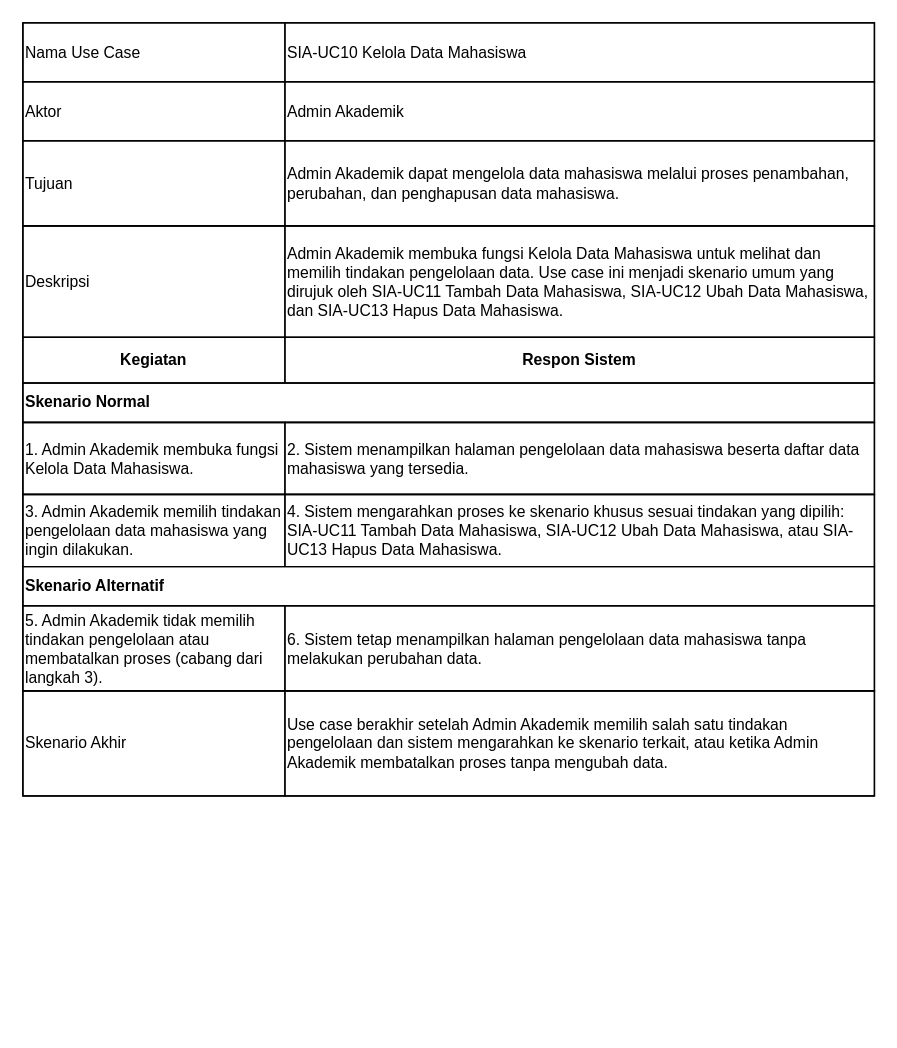
Earlier version of the draw.io diagram page "SIA-UC10" (4 of 7) of 04_model_analisis/P05/SIA/P05_2406016_SIA_skenario_v01.drawio (eqy13/IFRWP5149_2406016_LabAlat). Source tidied: cells renumbered, new cells numbered last; positions are measured from the earlier drawing's top-left corner, leaving out a move shared by most shapes. Both pictures are drawn from the tidied source at 131%, with x=0, y=0 at pixel (22, 22).
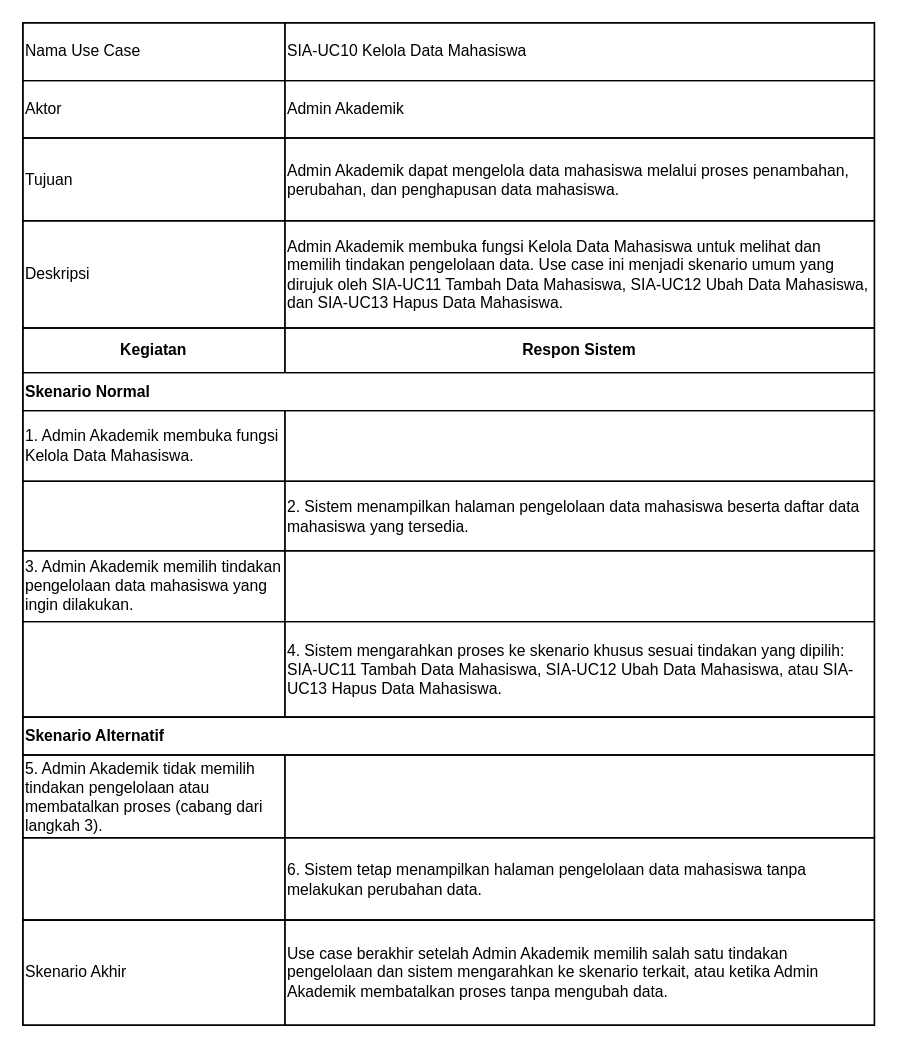
The same page after the edit.

Diff of the diagram source:
```diff
@@
     <mxCell id="2" style="shape=table;startSize=0;childLayout=tableLayout;fixedHeader=1;tableRender=collapsed;fillColor=none;strokeColor=#000000;" parent="1" vertex="1">
-      <mxGeometry width="650" height="590" as="geometry" />
+      <mxGeometry width="650" height="765" as="geometry" />
     </mxCell>
     <mxCell id="3" style="shape=tableRow;horizontal=0;startSize=0;" parent="2" vertex="1">
-      <mxGeometry width="650" height="45" as="geometry" />
+      <mxGeometry width="650" height="44" as="geometry" />
     </mxCell>
     <mxCell id="4" value="Nama Use Case" style="shape=partialRectangle;html=1;whiteSpace=wrap;align=left;verticalAlign=middle;fillColor=none;strokeColor=#000000;" parent="3" vertex="1">
-      <mxGeometry width="200" height="45" as="geometry" />
+      <mxGeometry width="200" height="44" as="geometry" />
     </mxCell>
     <mxCell id="5" value="SIA-UC10 Kelola Data Mahasiswa" style="shape=partialRectangle;html=1;whiteSpace=wrap;align=left;verticalAlign=middle;fillColor=none;strokeColor=#000000;" parent="3" vertex="1">
-      <mxGeometry x="200" width="450" height="45" as="geometry" />
+      <mxGeometry x="200" width="450" height="44" as="geometry" />
     </mxCell>
     <mxCell id="6" style="shape=tableRow;horizontal=0;startSize=0;" parent="2" vertex="1">
-      <mxGeometry y="45" width="650" height="45" as="geometry" />
+      <mxGeometry y="44" width="650" height="44" as="geometry" />
     </mxCell>
     <mxCell id="7" value="Aktor" style="shape=partialRectangle;html=1;whiteSpace=wrap;align=left;verticalAlign=middle;fillColor=none;strokeColor=#000000;" parent="6" vertex="1">
-      <mxGeometry width="200" height="45" as="geometry" />
+      <mxGeometry width="200" height="44" as="geometry" />
     </mxCell>
     <mxCell id="8" value="Admin Akademik" style="shape=partialRectangle;html=1;whiteSpace=wrap;align=left;verticalAlign=middle;fillColor=none;strokeColor=#000000;" parent="6" vertex="1">
-      <mxGeometry x="200" width="450" height="45" as="geometry" />
+      <mxGeometry x="200" width="450" height="44" as="geometry" />
     </mxCell>
     <mxCell id="9" style="shape=tableRow;horizontal=0;startSize=0;" parent="2" vertex="1">
-      <mxGeometry y="90" width="650" height="65" as="geometry" />
+      <mxGeometry y="88" width="650" height="63" as="geometry" />
     </mxCell>
     <mxCell id="10" value="Tujuan" style="shape=partialRectangle;html=1;whiteSpace=wrap;align=left;verticalAlign=middle;fillColor=none;strokeColor=#000000;" parent="9" vertex="1">
-      <mxGeometry width="200" height="65" as="geometry" />
+      <mxGeometry width="200" height="63" as="geometry" />
     </mxCell>
     <mxCell id="11" value="Admin Akademik dapat mengelola data mahasiswa melalui proses penambahan, perubahan, dan penghapusan data mahasiswa." style="shape=partialRectangle;html=1;whiteSpace=wrap;align=left;verticalAlign=middle;fillColor=none;strokeColor=#000000;" parent="9" vertex="1">
-      <mxGeometry x="200" width="450" height="65" as="geometry" />
+      <mxGeometry x="200" width="450" height="63" as="geometry" />
     </mxCell>
     <mxCell id="12" style="shape=tableRow;horizontal=0;startSize=0;" parent="2" vertex="1">
-      <mxGeometry y="155" width="650" height="85" as="geometry" />
+      <mxGeometry y="151" width="650" height="82" as="geometry" />
     </mxCell>
     <mxCell id="13" value="Deskripsi" style="shape=partialRectangle;html=1;whiteSpace=wrap;align=left;verticalAlign=middle;fillColor=none;strokeColor=#000000;" parent="12" vertex="1">
-      <mxGeometry width="200" height="85" as="geometry" />
+      <mxGeometry width="200" height="82" as="geometry" />
     </mxCell>
     <mxCell id="14" value="Admin Akademik membuka fungsi Kelola Data Mahasiswa untuk melihat dan memilih tindakan pengelolaan data. Use case ini menjadi skenario umum yang dirujuk oleh SIA-UC11 Tambah Data Mahasiswa, SIA-UC12 Ubah Data Mahasiswa, dan SIA-UC13 Hapus Data Mahasiswa." style="shape=partialRectangle;html=1;whiteSpace=wrap;align=left;verticalAlign=middle;fillColor=none;strokeColor=#000000;" parent="12" vertex="1">
-      <mxGeometry x="200" width="450" height="85" as="geometry" />
+      <mxGeometry x="200" width="450" height="82" as="geometry" />
     </mxCell>
     <mxCell id="15" style="shape=tableRow;horizontal=0;startSize=0;" parent="2" vertex="1">
-      <mxGeometry y="240" width="650" height="35" as="geometry" />
+      <mxGeometry y="233" width="650" height="34" as="geometry" />
     </mxCell>
     <mxCell id="16" value="Kegiatan" style="shape=partialRectangle;html=1;whiteSpace=wrap;align=center;verticalAlign=middle;fontStyle=1;fillColor=none;strokeColor=#000000;" parent="15" vertex="1">
-      <mxGeometry width="200" height="35" as="geometry" />
+      <mxGeometry width="200" height="34" as="geometry" />
     </mxCell>
     <mxCell id="17" value="Respon Sistem" style="shape=partialRectangle;html=1;whiteSpace=wrap;align=center;verticalAlign=middle;fontStyle=1;fillColor=none;strokeColor=#000000;" parent="15" vertex="1">
-      <mxGeometry x="200" width="450" height="35" as="geometry" />
+      <mxGeometry x="200" width="450" height="34" as="geometry" />
     </mxCell>
     <mxCell id="18" style="shape=tableRow;horizontal=0;startSize=0;" parent="2" vertex="1">
-      <mxGeometry y="275" width="650" height="30" as="geometry" />
+      <mxGeometry y="267" width="650" height="29" as="geometry" />
     </mxCell>
     <mxCell id="19" value="Skenario Normal" style="shape=partialRectangle;html=1;whiteSpace=wrap;align=left;verticalAlign=middle;fontStyle=1;fillColor=none;strokeColor=#000000;" parent="18" vertex="1">
-      <mxGeometry width="650" height="30" as="geometry" />
+      <mxGeometry width="650" height="29" as="geometry" />
     </mxCell>
     <mxCell id="20" style="shape=tableRow;horizontal=0;startSize=0;" parent="2" vertex="1">
-      <mxGeometry y="305" width="650" height="55" as="geometry" />
+      <mxGeometry y="296" width="650" height="54" as="geometry" />
     </mxCell>
-    <mxCell id="21" value="1. Admin Akademik membuka fungsi Kelola Data Mahasiswa." style="shape=partialRectangle;html=1;whiteSpace=wrap;align=left;verticalAlign=middle;fillColor=none;strokeColor=#000000;" parent="20" vertex="1">
-      <mxGeometry width="200" height="55" as="geometry" />
+    <mxCell id="21" value="1. Admin Akademik membuka fungsi Kelola Data Mahasiswa." style="shape=partialRectangle;html=1;whiteSpace=wrap;align=left;verticalAlign=middle;fillColor=none;strokeColor=#000000;strokeWidth=1;" parent="20" vertex="1">
+      <mxGeometry width="200" height="54" as="geometry" />
     </mxCell>
-    <mxCell id="22" value="2. Sistem menampilkan halaman pengelolaan data mahasiswa beserta daftar data mahasiswa yang tersedia." style="shape=partialRectangle;html=1;whiteSpace=wrap;align=left;verticalAlign=middle;fillColor=none;strokeColor=#000000;" parent="20" vertex="1">
-      <mxGeometry x="200" width="450" height="55" as="geometry" />
+    <mxCell id="22" style="shape=partialRectangle;html=1;whiteSpace=wrap;align=left;verticalAlign=middle;fillColor=none;strokeColor=#000000;strokeWidth=1;" parent="20" vertex="1">
+      <mxGeometry x="200" width="450" height="54" as="geometry" />
     </mxCell>
     <mxCell id="23" style="shape=tableRow;horizontal=0;startSize=0;" parent="2" vertex="1">
-      <mxGeometry y="360" width="650" height="55" as="geometry" />
+      <mxGeometry y="350" width="650" height="53" as="geometry" />
     </mxCell>
-    <mxCell id="24" value="3. Admin Akademik memilih tindakan pengelolaan data mahasiswa yang ingin dilakukan." style="shape=partialRectangle;html=1;whiteSpace=wrap;align=left;verticalAlign=middle;fillColor=none;strokeColor=#000000;" parent="23" vertex="1">
-      <mxGeometry width="200" height="55" as="geometry" />
+    <mxCell id="24" style="shape=partialRectangle;html=1;whiteSpace=wrap;align=left;verticalAlign=middle;fillColor=none;strokeColor=#000000;strokeWidth=1;" parent="23" vertex="1">
+      <mxGeometry width="200" height="53" as="geometry" />
     </mxCell>
-    <mxCell id="25" value="4. Sistem mengarahkan proses ke skenario khusus sesuai tindakan yang dipilih: SIA-UC11 Tambah Data Mahasiswa, SIA-UC12 Ubah Data Mahasiswa, atau SIA-UC13 Hapus Data Mahasiswa." style="shape=partialRectangle;html=1;whiteSpace=wrap;align=left;verticalAlign=middle;fillColor=none;strokeColor=#000000;" parent="23" vertex="1">
-      <mxGeometry x="200" width="450" height="55" as="geometry" />
+    <mxCell id="25" value="2. Sistem menampilkan halaman pengelolaan data mahasiswa beserta daftar data mahasiswa yang tersedia." style="shape=partialRectangle;html=1;whiteSpace=wrap;align=left;verticalAlign=middle;fillColor=none;strokeColor=#000000;strokeWidth=1;" parent="23" vertex="1">
+      <mxGeometry x="200" width="450" height="53" as="geometry" />
     </mxCell>
+    <mxCell id="34" style="shape=tableRow;horizontal=0;startSize=0;" parent="2" vertex="1">
+      <mxGeometry y="403" width="650" height="54" as="geometry" />
+    </mxCell>
+    <mxCell id="35" value="3. Admin Akademik memilih tindakan pengelolaan data mahasiswa yang ingin dilakukan." style="shape=partialRectangle;html=1;whiteSpace=wrap;align=left;verticalAlign=middle;fillColor=none;strokeColor=#000000;strokeWidth=1;" parent="34" vertex="1">
+      <mxGeometry width="200" height="54" as="geometry" />
+    </mxCell>
+    <mxCell id="36" style="shape=partialRectangle;html=1;whiteSpace=wrap;align=left;verticalAlign=middle;fillColor=none;strokeColor=#000000;strokeWidth=1;" parent="34" vertex="1">
+      <mxGeometry x="200" width="450" height="54" as="geometry" />
+    </mxCell>
+    <mxCell id="37" style="shape=tableRow;horizontal=0;startSize=0;" parent="2" vertex="1">
+      <mxGeometry y="457" width="650" height="73" as="geometry" />
+    </mxCell>
+    <mxCell id="38" style="shape=partialRectangle;html=1;whiteSpace=wrap;align=left;verticalAlign=middle;fillColor=none;strokeColor=#000000;strokeWidth=1;" parent="37" vertex="1">
+      <mxGeometry width="200" height="73" as="geometry" />
+    </mxCell>
+    <mxCell id="39" value="4. Sistem mengarahkan proses ke skenario khusus sesuai tindakan yang dipilih: SIA-UC11 Tambah Data Mahasiswa, SIA-UC12 Ubah Data Mahasiswa, atau SIA-UC13 Hapus Data Mahasiswa." style="shape=partialRectangle;html=1;whiteSpace=wrap;align=left;verticalAlign=middle;fillColor=none;strokeColor=#000000;strokeWidth=1;" parent="37" vertex="1">
+      <mxGeometry x="200" width="450" height="73" as="geometry" />
+    </mxCell>
     <mxCell id="26" style="shape=tableRow;horizontal=0;startSize=0;" parent="2" vertex="1">
-      <mxGeometry y="415" width="650" height="30" as="geometry" />
+      <mxGeometry y="530" width="650" height="29" as="geometry" />
     </mxCell>
     <mxCell id="27" value="Skenario Alternatif" style="shape=partialRectangle;html=1;whiteSpace=wrap;align=left;verticalAlign=middle;fontStyle=1;fillColor=none;strokeColor=#000000;" parent="26" vertex="1">
-      <mxGeometry width="650" height="30" as="geometry" />
+      <mxGeometry width="650" height="29" as="geometry" />
     </mxCell>
     <mxCell id="28" style="shape=tableRow;horizontal=0;startSize=0;" parent="2" vertex="1">
-      <mxGeometry y="445" width="650" height="65" as="geometry" />
+      <mxGeometry y="559" width="650" height="63" as="geometry" />
     </mxCell>
-    <mxCell id="29" value="5. Admin Akademik tidak memilih tindakan pengelolaan atau membatalkan proses (cabang dari langkah 3)." style="shape=partialRectangle;html=1;whiteSpace=wrap;align=left;verticalAlign=middle;fillColor=none;strokeColor=#000000;" parent="28" vertex="1">
-      <mxGeometry width="200" height="65" as="geometry" />
+    <mxCell id="29" value="5. Admin Akademik tidak memilih tindakan pengelolaan atau membatalkan proses (cabang dari langkah 3)." style="shape=partialRectangle;html=1;whiteSpace=wrap;align=left;verticalAlign=middle;fillColor=none;strokeColor=#000000;strokeWidth=1;" parent="28" vertex="1">
+      <mxGeometry width="200" height="63" as="geometry" />
     </mxCell>
-    <mxCell id="30" value="6. Sistem tetap menampilkan halaman pengelolaan data mahasiswa tanpa melakukan perubahan data." style="shape=partialRectangle;html=1;whiteSpace=wrap;align=left;verticalAlign=middle;fillColor=none;strokeColor=#000000;" parent="28" vertex="1">
-      <mxGeometry x="200" width="450" height="65" as="geometry" />
+    <mxCell id="30" style="shape=partialRectangle;html=1;whiteSpace=wrap;align=left;verticalAlign=middle;fillColor=none;strokeColor=#000000;strokeWidth=1;" parent="28" vertex="1">
+      <mxGeometry x="200" width="450" height="63" as="geometry" />
     </mxCell>
+    <mxCell id="40" style="shape=tableRow;horizontal=0;startSize=0;" parent="2" vertex="1">
+      <mxGeometry y="622" width="650" height="63" as="geometry" />
+    </mxCell>
+    <mxCell id="41" style="shape=partialRectangle;html=1;whiteSpace=wrap;align=left;verticalAlign=middle;fillColor=none;strokeColor=#000000;strokeWidth=1;" parent="40" vertex="1">
+      <mxGeometry width="200" height="63" as="geometry" />
+    </mxCell>
+    <mxCell id="42" value="6. Sistem tetap menampilkan halaman pengelolaan data mahasiswa tanpa melakukan perubahan data." style="shape=partialRectangle;html=1;whiteSpace=wrap;align=left;verticalAlign=middle;fillColor=none;strokeColor=#000000;strokeWidth=1;" parent="40" vertex="1">
+      <mxGeometry x="200" width="450" height="63" as="geometry" />
+    </mxCell>
     <mxCell id="31" style="shape=tableRow;horizontal=0;startSize=0;" parent="2" vertex="1">
-      <mxGeometry y="510" width="650" height="80" as="geometry" />
+      <mxGeometry y="685" width="650" height="80" as="geometry" />
     </mxCell>
```
